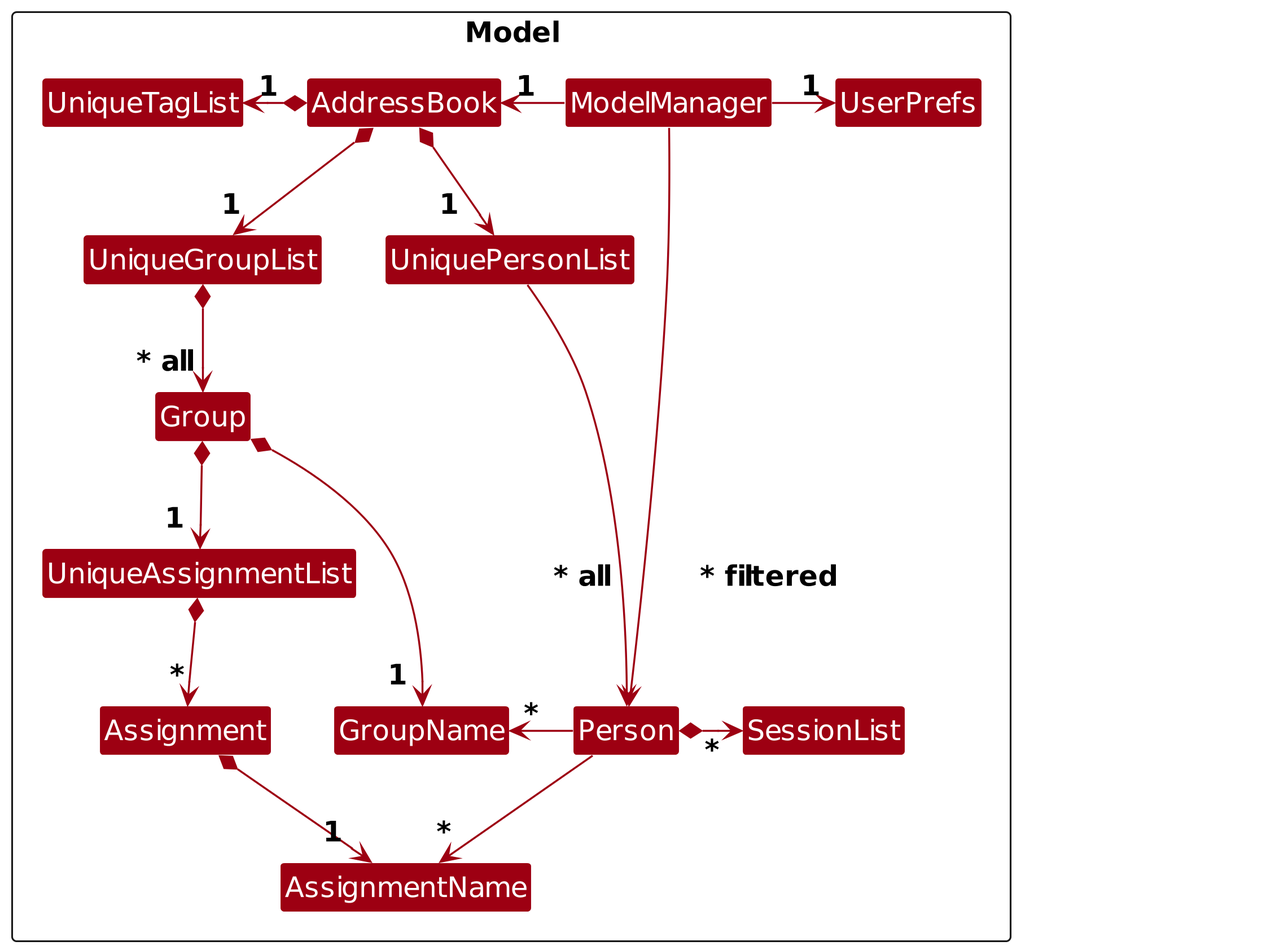
The PlantUML diagram diagrams/BetterModelClassDiagram.png in AY2526S2-CS2103T-F14-1/tp, before a commit. Its source is kept beside it as diagrams/BetterModelClassDiagram.puml.
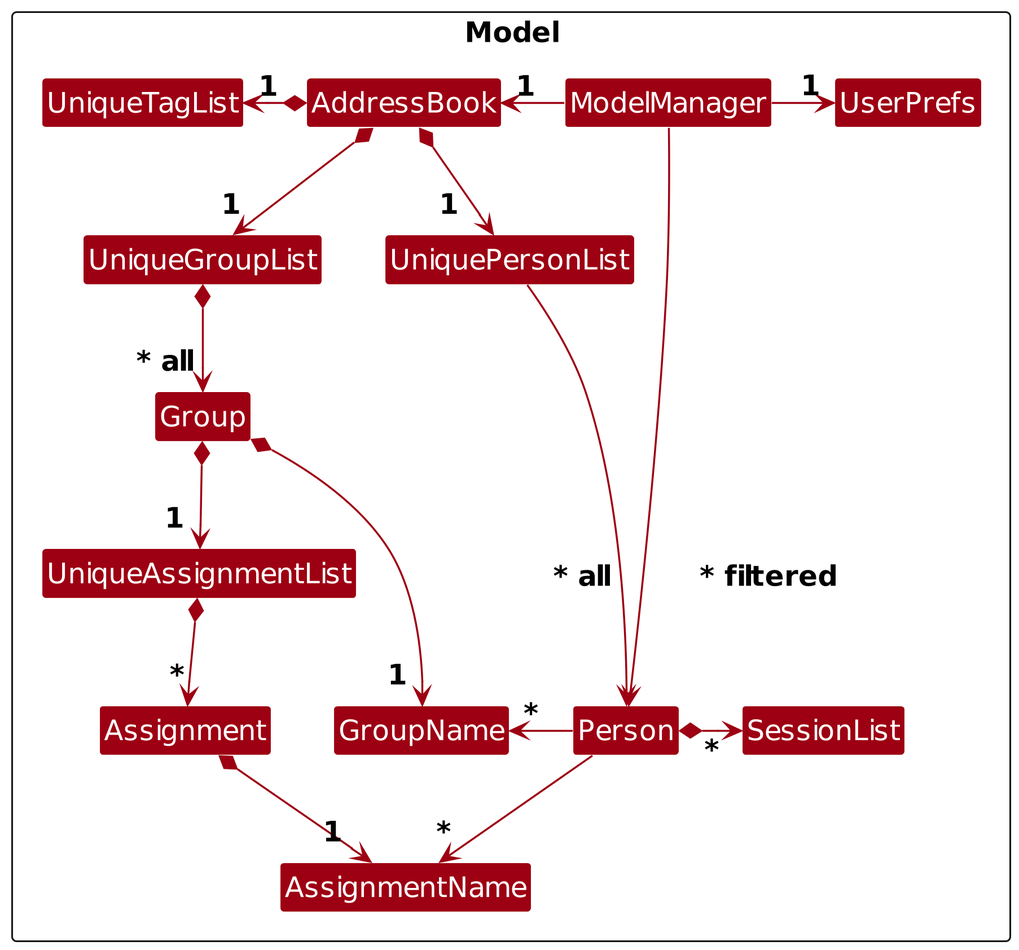
After the change.

Change to the diagram source:
```diff
@@ -23,8 +23,6 @@
 Class I #FFFFFF
 }
 
-Class HiddenOutside #FFFFFF
-
 ModelManager -left-> "1" AddressBook
 ModelManager -right-> "1" UserPrefs
 
```
